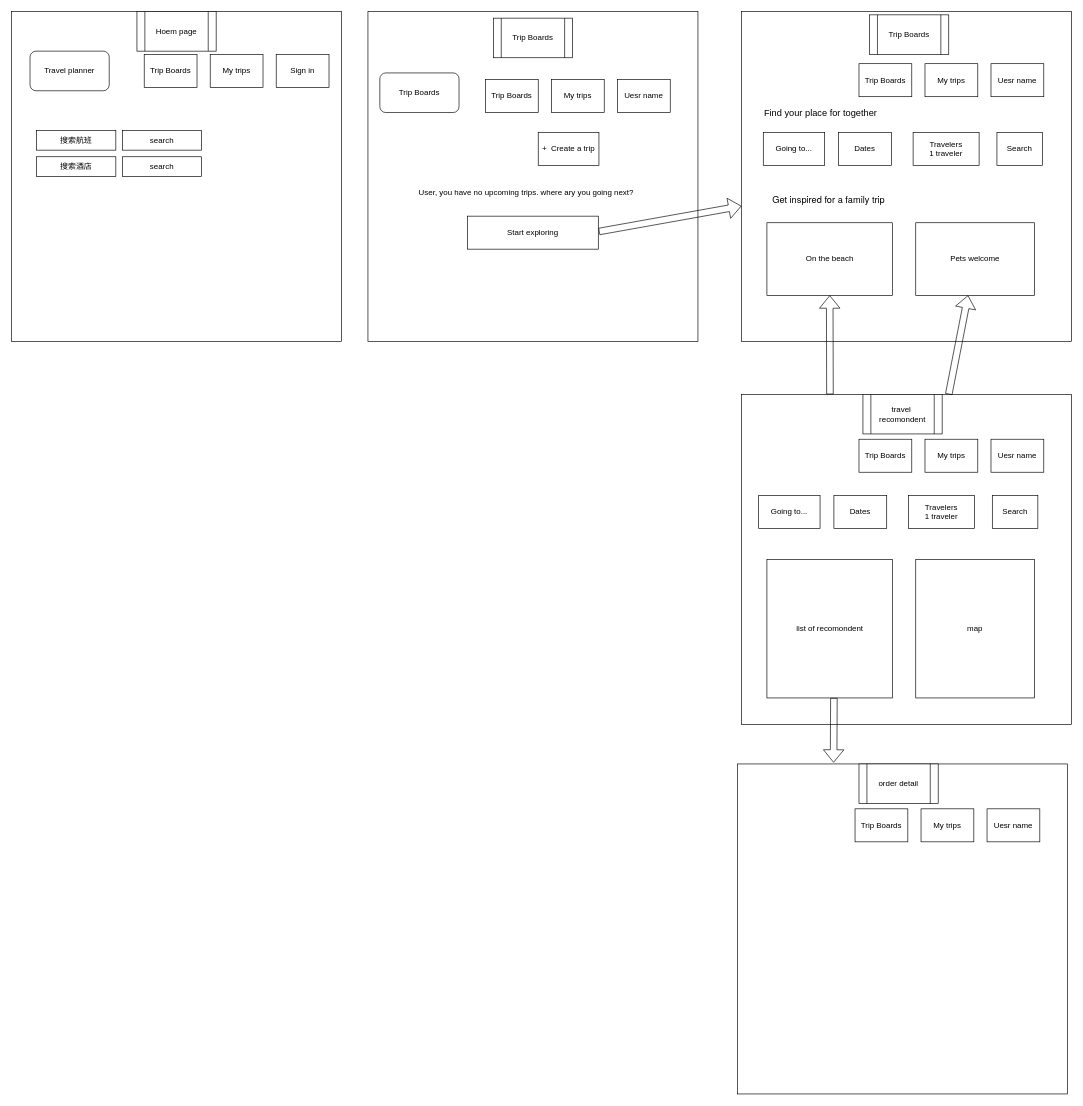
Dennis-Zhao1/my_personal_project keeps this draw.io diagram as Untitled Diagram.drawio. Above is the earlier version. Source tidied: cells renumbered, new cells numbered last; positions are measured from the earlier drawing's top-left corner, leaving out a move shared by most shapes. Both pictures are drawn from the tidied source at 66%, with x=0, y=0 at pixel (11, 11).
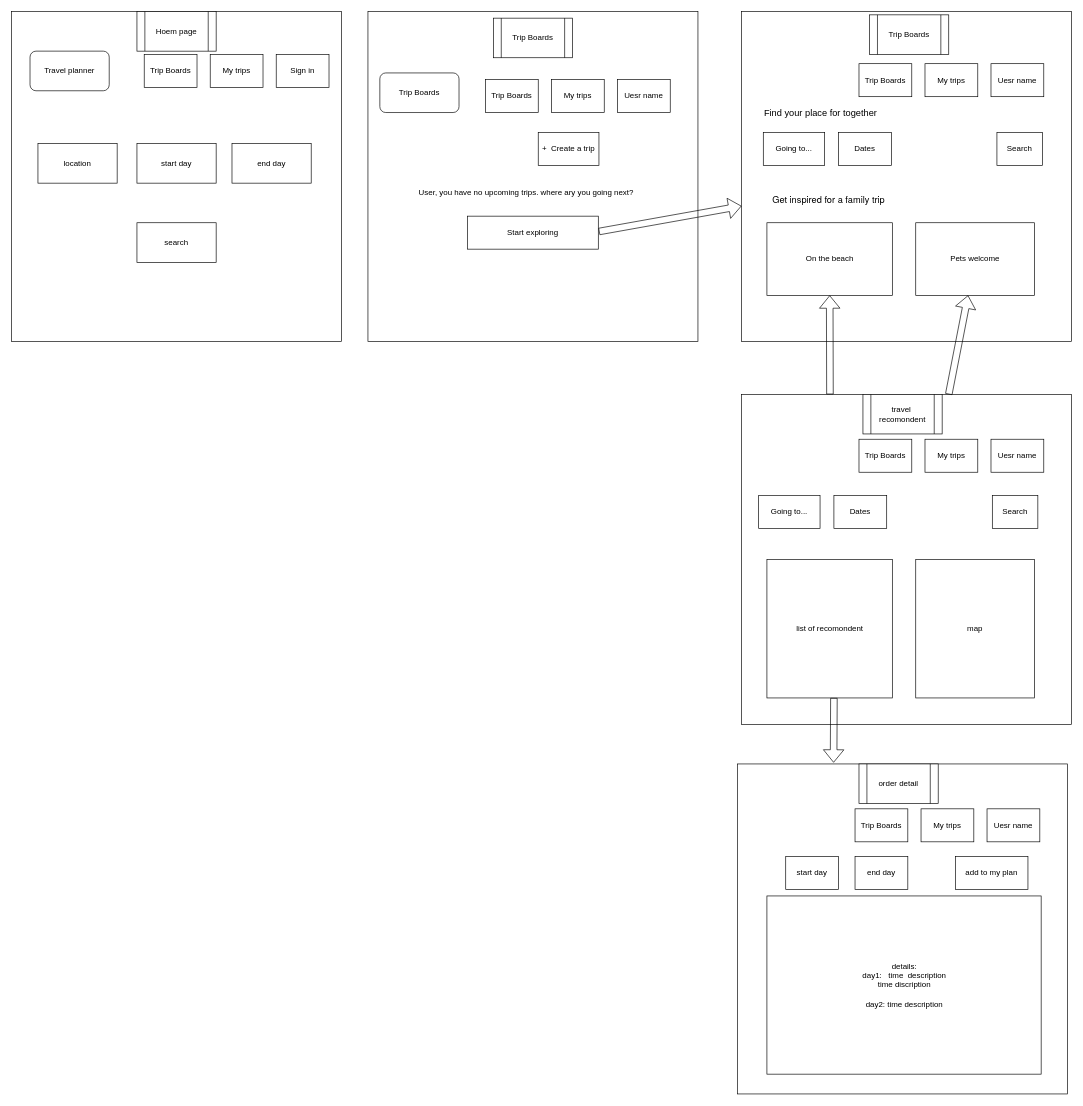
The same page after the edit.

What changed in the source:
```diff
@@
-    <mxCell id="5" value="搜索航班" style="rounded=0;whiteSpace=wrap;html=1;" parent="1" vertex="1">
-      <mxGeometry x="38" y="180" width="120" height="30" as="geometry" />
-    </mxCell>
-    <mxCell id="6" value="search" style="rounded=0;whiteSpace=wrap;html=1;" parent="1" vertex="1">
-      <mxGeometry x="168" y="180" width="120" height="30" as="geometry" />
-    </mxCell>
-    <mxCell id="7" value="搜索酒店" style="rounded=0;whiteSpace=wrap;html=1;" parent="1" vertex="1">
-      <mxGeometry x="38" y="220" width="120" height="30" as="geometry" />
-    </mxCell>
-    <mxCell id="8" value="search" style="rounded=0;whiteSpace=wrap;html=1;" parent="1" vertex="1">
-      <mxGeometry x="168" y="220" width="120" height="30" as="geometry" />
-    </mxCell>
@@
-    <mxCell id="27" value="Travelers&lt;br&gt;1 traveler" style="rounded=0;whiteSpace=wrap;html=1;" parent="1" vertex="1">
-      <mxGeometry x="1366" y="183" width="100" height="50" as="geometry" />
-    </mxCell>
@@
-    <mxCell id="38" value="Travelers&lt;br&gt;1 traveler" style="rounded=0;whiteSpace=wrap;html=1;" parent="1" vertex="1">
-      <mxGeometry x="1359" y="733" width="100" height="50" as="geometry" />
-    </mxCell>
@@
+    <mxCell id="54" value="location" style="rounded=0;whiteSpace=wrap;html=1;" parent="1" vertex="1">
+      <mxGeometry x="40" y="200" width="120" height="60" as="geometry" />
+    </mxCell>
+    <mxCell id="55" value="start day" style="rounded=0;whiteSpace=wrap;html=1;" parent="1" vertex="1">
+      <mxGeometry x="190" y="200" width="120" height="60" as="geometry" />
+    </mxCell>
+    <mxCell id="56" value="search" style="rounded=0;whiteSpace=wrap;html=1;" parent="1" vertex="1">
+      <mxGeometry x="190" y="320" width="120" height="60" as="geometry" />
+    </mxCell>
+    <mxCell id="57" value="end day" style="rounded=0;whiteSpace=wrap;html=1;" parent="1" vertex="1">
+      <mxGeometry x="334" y="200" width="120" height="60" as="geometry" />
+    </mxCell>
+    <mxCell id="58" value="details:&lt;br&gt;day1:&amp;nbsp; &amp;nbsp;time&amp;nbsp; description&lt;br&gt;time discription&lt;br&gt;&lt;br&gt;day2: time description" style="rounded=0;whiteSpace=wrap;html=1;" parent="1" vertex="1">
+      <mxGeometry x="1144.5" y="1340" width="415.5" height="270" as="geometry" />
+    </mxCell>
+    <mxCell id="59" value="start day" style="rounded=0;whiteSpace=wrap;html=1;" parent="1" vertex="1">
+      <mxGeometry x="1173" y="1280" width="80" height="50" as="geometry" />
+    </mxCell>
+    <mxCell id="60" value="end day" style="rounded=0;whiteSpace=wrap;html=1;" parent="1" vertex="1">
+      <mxGeometry x="1278" y="1280" width="80" height="50" as="geometry" />
+    </mxCell>
+    <mxCell id="61" value="add to my plan" style="rounded=0;whiteSpace=wrap;html=1;" parent="1" vertex="1">
+      <mxGeometry x="1430" y="1280" width="110" height="50" as="geometry" />
+    </mxCell>
```
